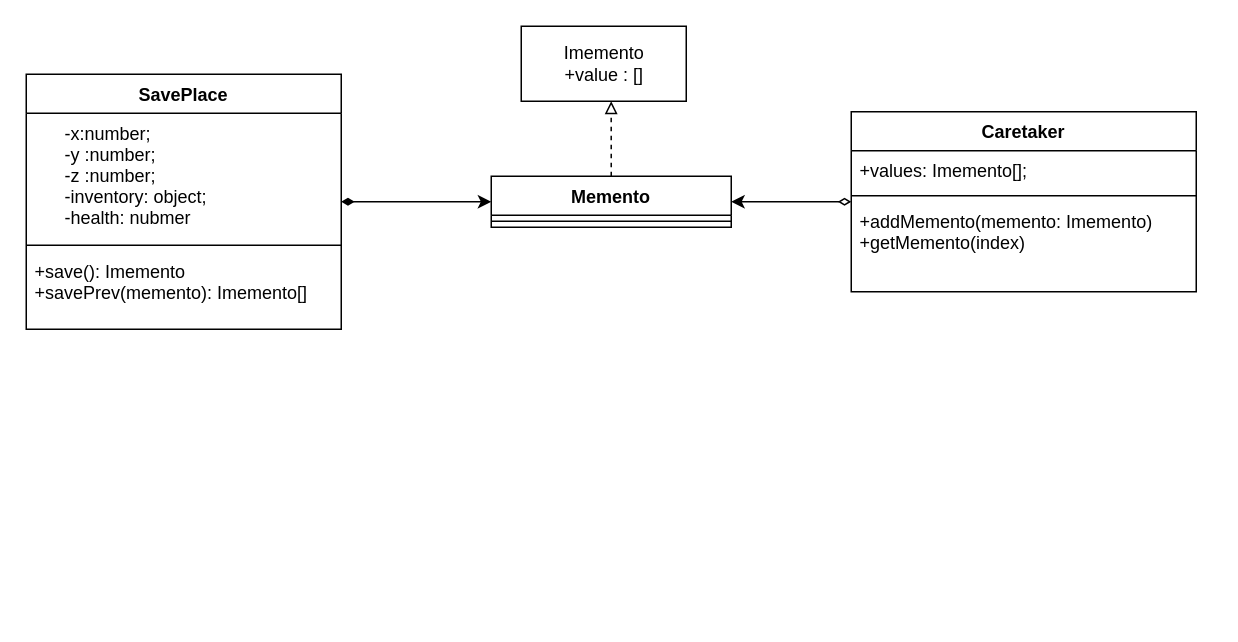
This is Behaviour/Memento/memento.drawio from danil-jpg/MyPatterns, a draw.io file, before an edit. Source tidied: cells renumbered, new cells numbered last; positions are measured from the earlier drawing's top-left corner, leaving out a move shared by most shapes. Both pictures are drawn from the tidied source at 150%, with x=0, y=0 at pixel (26, 26).
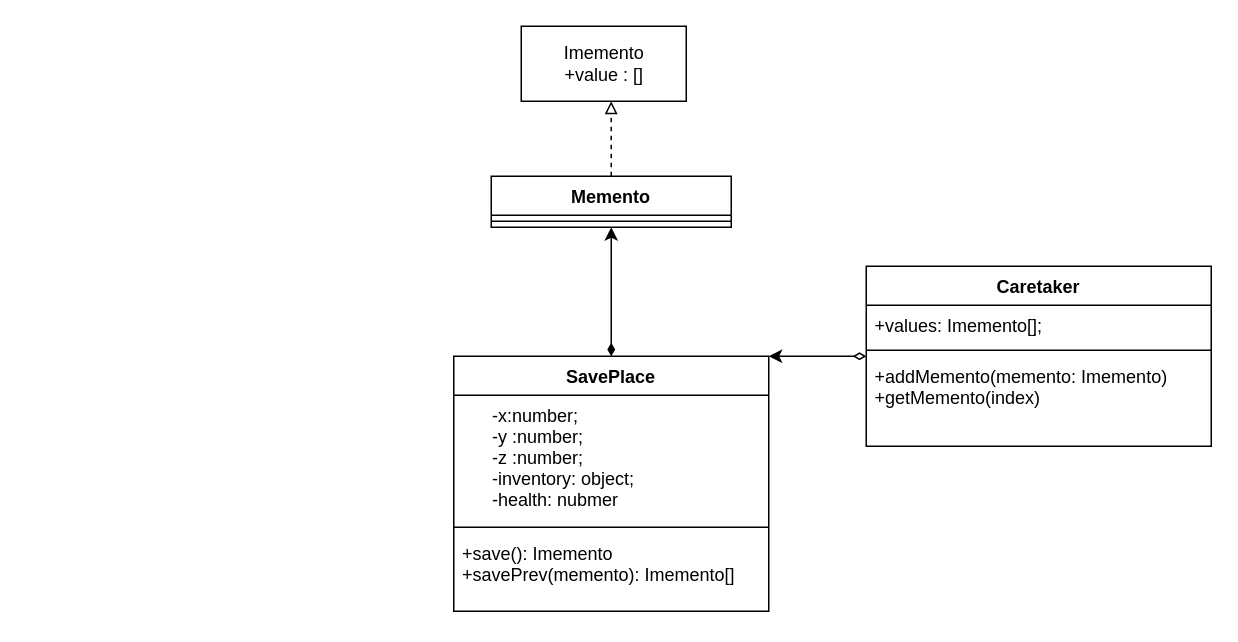
The same page after the edit.

Diff of the diagram source:
```diff
@@
 <mxGraphModel>
   <root>
     <mxCell id="0" />
     <mxCell id="1" parent="0" />
     <mxCell id="2" style="edgeStyle=none;html=1;endArrow=classic;endFill=1;startArrow=diamondThin;startFill=1;" parent="1" edge="1" source="3" target="14">
       <mxGeometry relative="1" as="geometry" />
     </mxCell>
     <mxCell id="3" value="SavePlace" style="swimlane;fontStyle=1;align=center;verticalAlign=top;horizontal=1;startSize=26;" parent="1" vertex="1">
-      <mxGeometry y="32" width="210" height="170" as="geometry" />
+      <mxGeometry x="285" y="220" width="210" height="170" as="geometry" />
     </mxCell>
     <mxCell id="4" value="      -x:number;&#10;      -y :number;&#10;      -z :number;&#10;      -inventory: object;&#10;      -health: nubmer&#10;" style="text;strokeColor=none;fillColor=none;align=left;verticalAlign=top;spacingLeft=4;spacingRight=4;overflow=hidden;" parent="3" vertex="1">
       <mxGeometry y="26" width="210" height="84" as="geometry" />
     </mxCell>
     <mxCell id="5" style="line;strokeWidth=1;fillColor=none;align=left;verticalAlign=middle;spacingTop=-1;spacingLeft=3;spacingRight=3;labelPosition=right;" parent="3" vertex="1">
       <mxGeometry y="110" width="210" height="8" as="geometry" />
     </mxCell>
     <mxCell id="6" value="+save(): Imemento&#10;+savePrev(memento): Imemento[]" style="text;strokeColor=none;fillColor=none;align=left;verticalAlign=top;spacingLeft=4;spacingRight=4;overflow=hidden;" parent="3" vertex="1">
       <mxGeometry y="118" width="210" height="52" as="geometry" />
     </mxCell>
     <mxCell id="7" value="Imemento&lt;br&gt;+value : []" style="html=1;" parent="1" vertex="1">
       <mxGeometry x="330" width="110" height="50" as="geometry" />
     </mxCell>
-    <mxCell id="8" style="edgeStyle=none;html=1;entryX=1;entryY=0.5;entryDx=0;entryDy=0;startArrow=diamondThin;startFill=0;endArrow=classic;endFill=1;" parent="1" edge="1" source="9" target="14">
+    <mxCell id="8" style="edgeStyle=none;html=1;entryX=1;entryY=0;entryDx=0;entryDy=0;startArrow=diamondThin;startFill=0;endArrow=classic;endFill=1;" parent="1" edge="1" source="9" target="3">
       <mxGeometry relative="1" as="geometry" />
     </mxCell>
     <mxCell id="9" value="Caretaker" style="swimlane;fontStyle=1;align=center;verticalAlign=top;horizontal=1;startSize=26;" parent="1" vertex="1">
-      <mxGeometry x="550" y="57" width="230" height="120" as="geometry" />
+      <mxGeometry x="560" y="160" width="230" height="120" as="geometry" />
     </mxCell>
     <mxCell id="10" value="+values: Imemento[];" style="text;strokeColor=none;fillColor=none;align=left;verticalAlign=top;spacingLeft=4;spacingRight=4;overflow=hidden;" parent="9" vertex="1">
       <mxGeometry y="26" width="230" height="26" as="geometry" />
     </mxCell>
     <mxCell id="11" style="line;strokeWidth=1;fillColor=none;align=left;verticalAlign=middle;spacingTop=-1;spacingLeft=3;spacingRight=3;labelPosition=right;" parent="9" vertex="1">
       <mxGeometry y="52" width="230" height="8" as="geometry" />
     </mxCell>
     <mxCell id="12" value="+addMemento(memento: Imemento)&#10;+getMemento(index)" style="text;strokeColor=none;fillColor=none;align=left;verticalAlign=top;spacingLeft=4;spacingRight=4;overflow=hidden;" parent="9" vertex="1">
       <mxGeometry y="60" width="230" height="60" as="geometry" />
     </mxCell>
     <mxCell id="13" style="edgeStyle=none;html=1;entryX=0.545;entryY=1;entryDx=0;entryDy=0;entryPerimeter=0;endArrow=block;endFill=0;dashed=1;" parent="1" edge="1" source="14" target="7">
       <mxGeometry relative="1" as="geometry" />
     </mxCell>
     <mxCell id="14" value="Memento" style="swimlane;fontStyle=1;align=center;verticalAlign=top;horizontal=1;startSize=26;" parent="1" vertex="1">
       <mxGeometry x="310" y="100" width="160" height="34" as="geometry" />
     </mxCell>
     <mxCell id="15" style="line;strokeWidth=1;fillColor=none;align=left;verticalAlign=middle;spacingTop=-1;spacingLeft=3;spacingRight=3;labelPosition=right;" parent="14" vertex="1">
       <mxGeometry y="26" width="160" height="8" as="geometry" />
     </mxCell>
   </root>
 </mxGraphModel>
```
